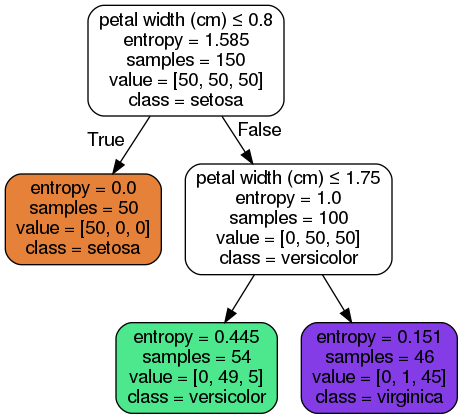
Before: 5 - Random Forests/iris_dt2.png, a diagram exported from Graphviz (erachelson/IntroML). Its source is kept beside it as 5 - Random Forests/iris_dt2.dot. The source it was exported from:
```dot
digraph Tree {
node [shape=box, style="filled, rounded", color="black", fontname=helvetica] ;
edge [fontname=helvetica] ;
0 [label=<petal width (cm) &le; 0.8<br/>entropy = 1.585<br/>samples = 150<br/>value = [50, 50, 50]<br/>class = setosa>, fillcolor="#e5813900"] ;
1 [label=<entropy = 0.0<br/>samples = 50<br/>value = [50, 0, 0]<br/>class = setosa>, fillcolor="#e58139ff"] ;
0 -> 1 [labeldistance=2.5, labelangle=45, headlabel="True"] ;
2 [label=<petal width (cm) &le; 1.75<br/>entropy = 1.0<br/>samples = 100<br/>value = [0, 50, 50]<br/>class = versicolor>, fillcolor="#39e58100"] ;
0 -> 2 [labeldistance=2.5, labelangle=-45, headlabel="False"] ;
3 [label=<entropy = 0.445<br/>samples = 54<br/>value = [0, 49, 5]<br/>class = versicolor>, fillcolor="#39e581e5"] ;
2 -> 3 ;
4 [label=<entropy = 0.151<br/>samples = 46<br/>value = [0, 1, 45]<br/>class = virginica>, fillcolor="#8139e5f9"] ;
2 -> 4 ;
}
```
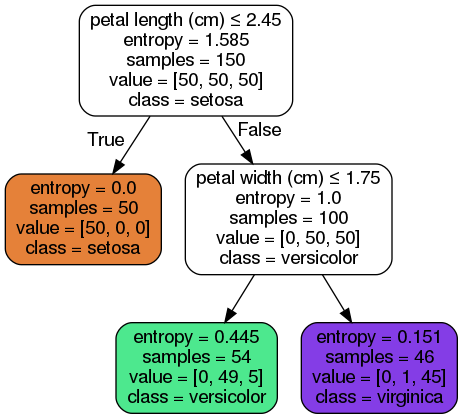
Above is the later version.

Change to the diagram source:
```diff
@@ -1,7 +1,7 @@
 digraph Tree {
 node [shape=box, style="filled, rounded", color="black", fontname=helvetica] ;
 edge [fontname=helvetica] ;
-0 [label=<petal width (cm) &le; 0.8<br/>entropy = 1.585<br/>samples = 150<br/>value = [50, 50, 50]<br/>class = setosa>, fillcolor="#e5813900"] ;
+0 [label=<petal length (cm) &le; 2.45<br/>entropy = 1.585<br/>samples = 150<br/>value = [50, 50, 50]<br/>class = setosa>, fillcolor="#e5813900"] ;
 1 [label=<entropy = 0.0<br/>samples = 50<br/>value = [50, 0, 0]<br/>class = setosa>, fillcolor="#e58139ff"] ;
 0 -> 1 [labeldistance=2.5, labelangle=45, headlabel="True"] ;
 2 [label=<petal width (cm) &le; 1.75<br/>entropy = 1.0<br/>samples = 100<br/>value = [0, 50, 50]<br/>class = versicolor>, fillcolor="#39e58100"] ;
```
